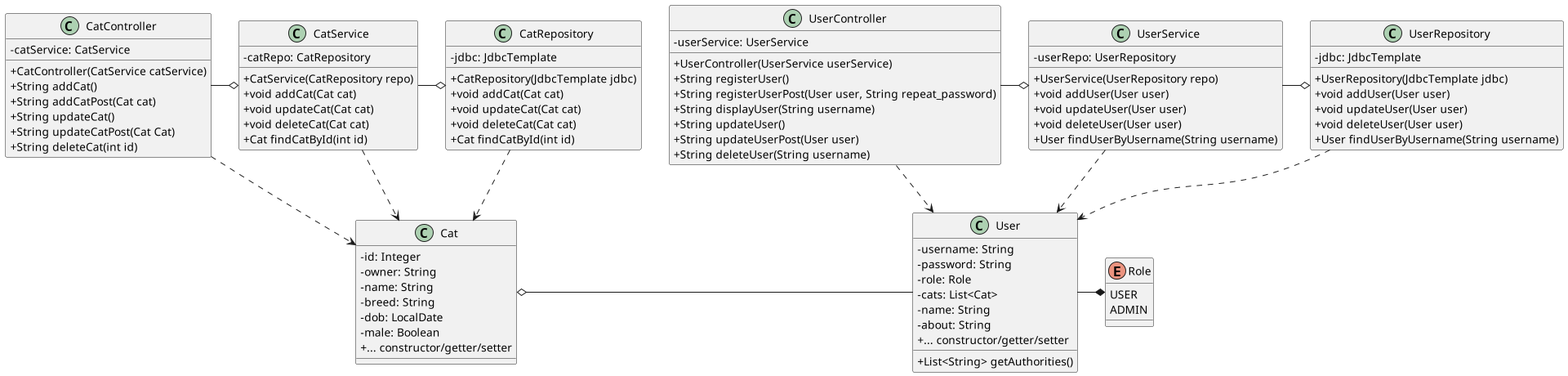
Above: diagram/class-diagram.png in sofush/racekat (PlantUML), before the change.
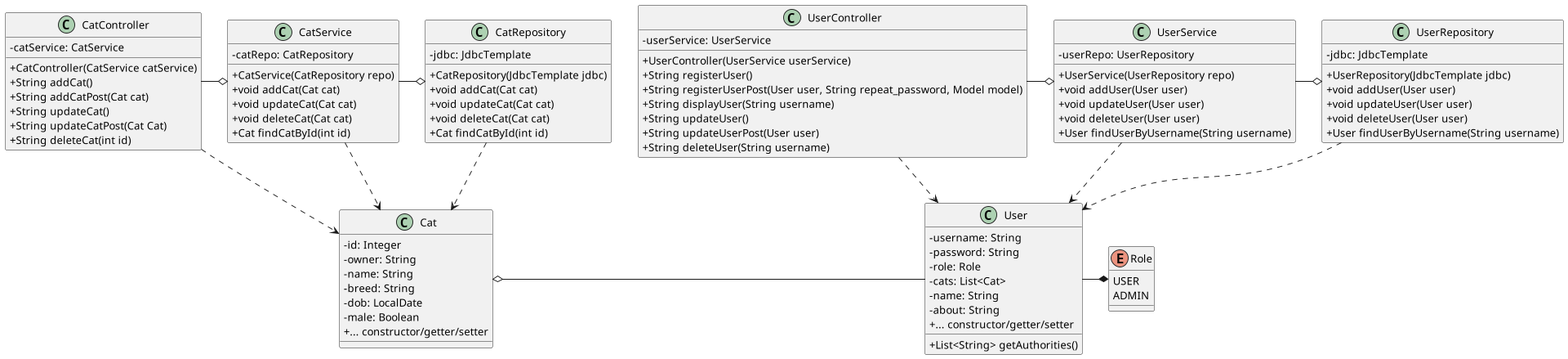
The same file after the commit.

Commit message:
feat: add /register/user route

Diff of the diagram source:
```diff
@@ -60,7 +60,7 @@
 	- userService: UserService
 	+ UserController(UserService userService)
 	+ String registerUser()
-	+ String registerUserPost(User user, String repeat_password)
+	+ String registerUserPost(User user, String repeat_password, Model model)
 	+ String displayUser(String username)
 	+ String updateUser()
 	+ String updateUserPost(User user)
```
